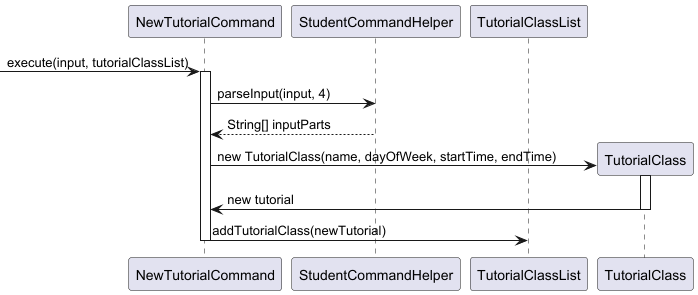
This is docs/diagrams/tutorialcommands/NewTutorialCommandSequenceDiagram.png from wongyihao02/tp, a PlantUML export, as it was before one commit. Source of this version:
```plantuml
@startuml
participant "NewTutorialCommand" as Command
participant "StudentCommandHelper" as Helper
participant "TutorialClassList" as List
participant "TutorialClass" as Tutorial

-> Command: execute(input, tutorialClassList)

activate Command

Command -> Helper: parseInput(input, 4)
Helper --> Command: String[] inputParts

create Tutorial
Command -> Tutorial: new TutorialClass(name, dayOfWeek, startTime, endTime)
activate Tutorial
Tutorial -> Command: new tutorial
deactivate Tutorial

Command -> List: addTutorialClass(newTutorial)


deactivate Command
@enduml
```
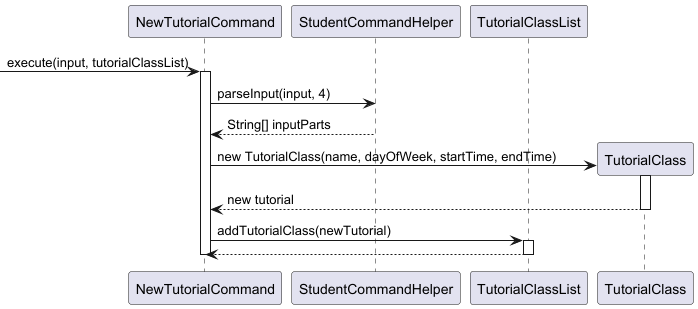
After the commit.

What changed in the source:
```diff
@@ -14,10 +14,13 @@
 create Tutorial
 Command -> Tutorial: new TutorialClass(name, dayOfWeek, startTime, endTime)
 activate Tutorial
-Tutorial -> Command: new tutorial
+Tutorial --> Command: new tutorial
 deactivate Tutorial
 
 Command -> List: addTutorialClass(newTutorial)
+activate List
+List --> Command
+deactivate List
 
 
 deactivate Command
```
